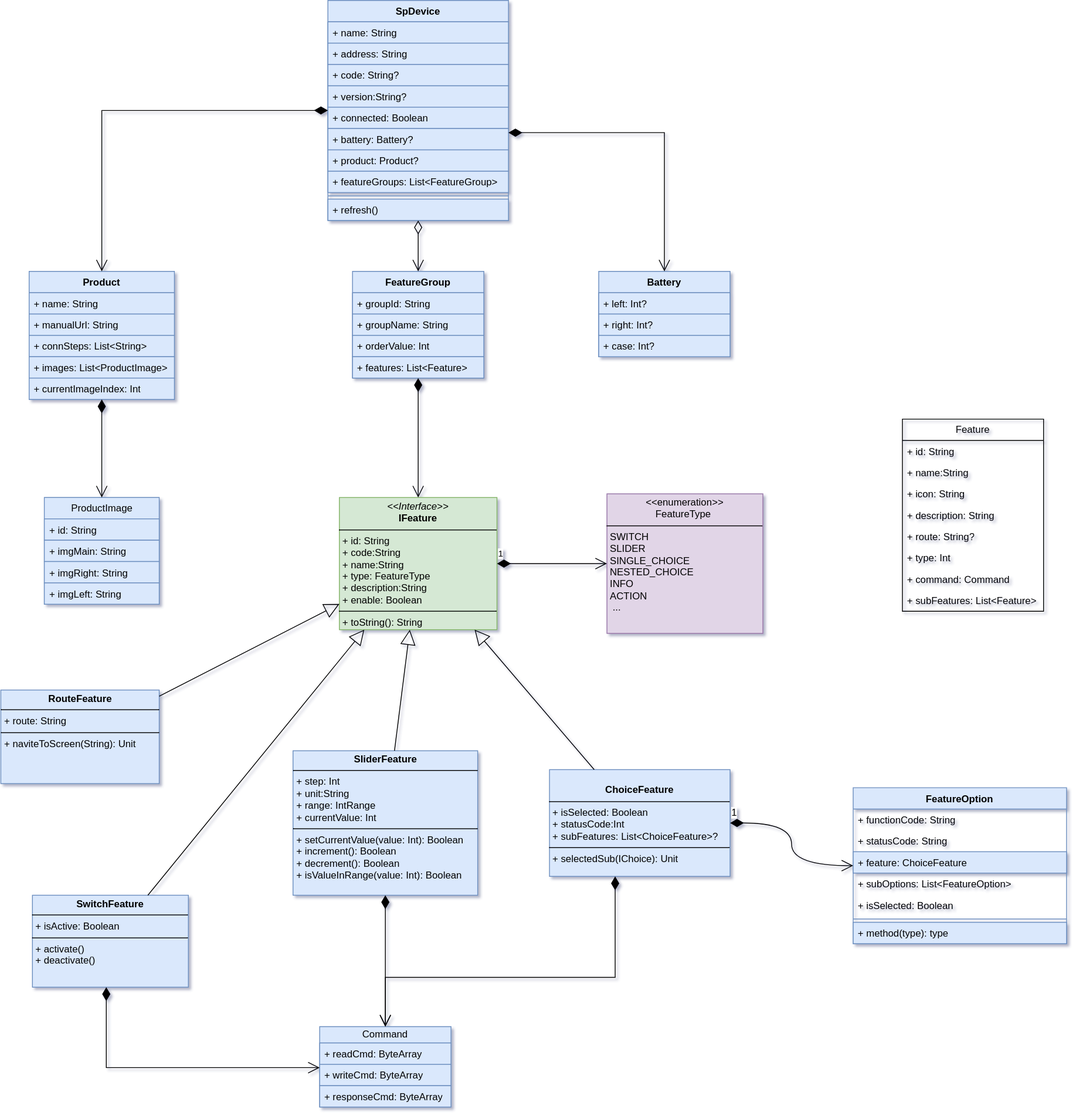
Earlier version of the draw.io export sp-device.drawio.svg (kekemao00/draw-libs). Source tidied: cells renumbered, new cells last; positions are measured from the earlier drawing's top-left corner, leaving out a move shared by most shapes.
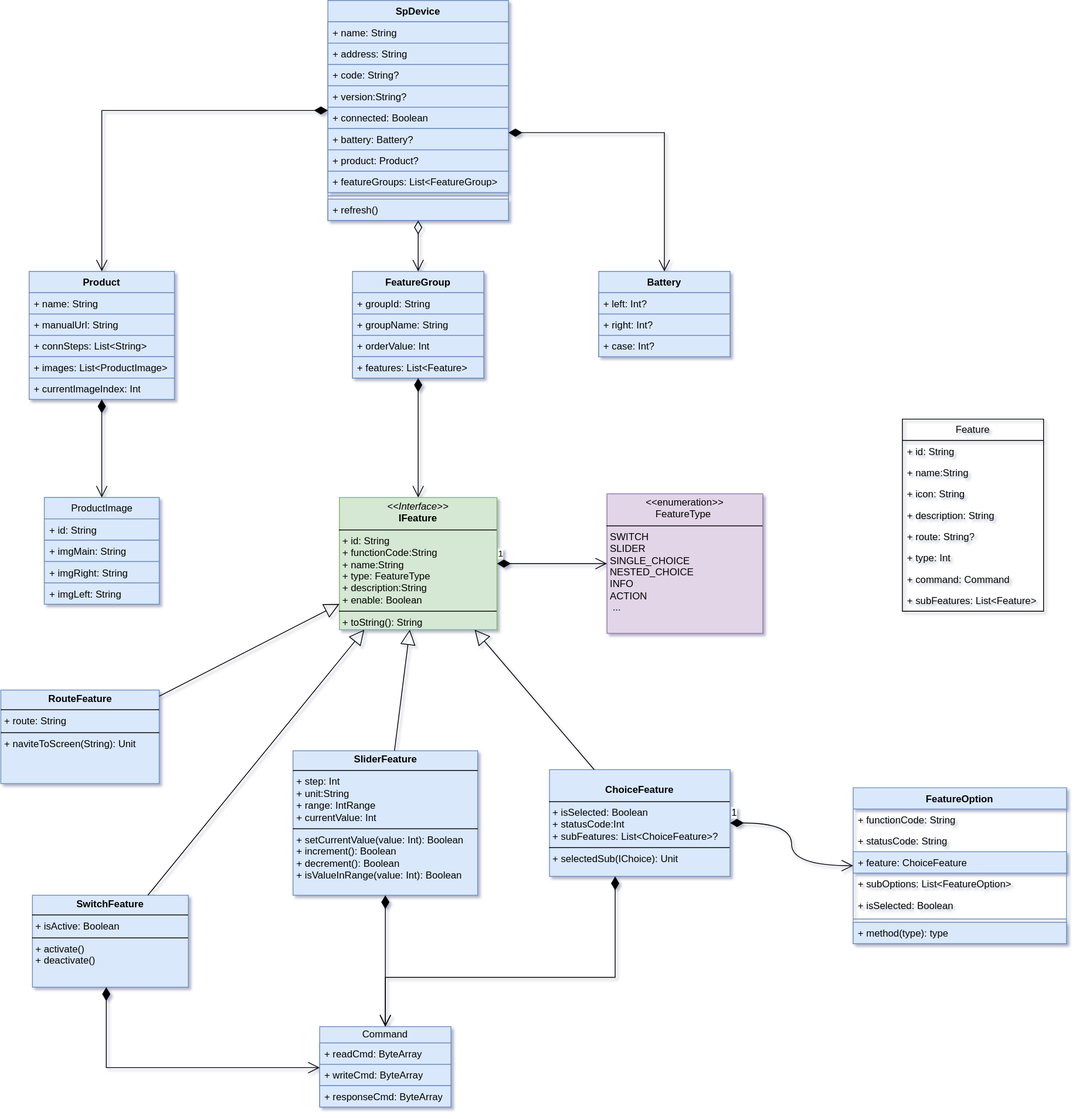
The same file after the commit.

The edit, as a diff of the source:
```diff
@@ -134,7 +134,7 @@
     <mxCell id="45" value="+ responseCmd: ByteArray" style="text;strokeColor=#6c8ebf;fillColor=#dae8fc;align=left;verticalAlign=top;spacingLeft=4;spacingRight=4;overflow=hidden;whiteSpace=wrap;html=1;" parent="42" vertex="1">
       <mxGeometry y="72" width="160" height="26" as="geometry" />
     </mxCell>
-    <mxCell id="46" value="&lt;p style=&quot;margin:0px;margin-top:4px;text-align:center;&quot;&gt;&lt;i&gt;&amp;lt;&amp;lt;Interface&amp;gt;&amp;gt;&lt;/i&gt;&lt;br&gt;&lt;b&gt;IFeature&lt;/b&gt;&lt;/p&gt;&lt;hr size=&quot;1&quot; style=&quot;border-style:solid;&quot;&gt;&lt;p style=&quot;margin:0px;margin-left:4px;&quot;&gt;+ id: String&lt;br&gt;+ code:String&lt;br&gt;+ name:String&lt;br&gt;+ type:&amp;nbsp;&lt;span style=&quot;text-align: center;&quot;&gt;FeatureType&amp;nbsp;&lt;/span&gt;&lt;br&gt;+ description:String&lt;br&gt;+&amp;nbsp;enable: Boolean&lt;/p&gt;&lt;hr size=&quot;1&quot; style=&quot;border-style:solid;&quot;&gt;&lt;p style=&quot;margin:0px;margin-left:4px;&quot;&gt;+ toString(): String&lt;br&gt;&lt;/p&gt;" style="verticalAlign=top;align=left;overflow=fill;html=1;whiteSpace=wrap;fillColor=#d5e8d4;strokeColor=#82b366;" parent="1" vertex="1">
+    <mxCell id="46" value="&lt;p style=&quot;margin:0px;margin-top:4px;text-align:center;&quot;&gt;&lt;i&gt;&amp;lt;&amp;lt;Interface&amp;gt;&amp;gt;&lt;/i&gt;&lt;br&gt;&lt;b&gt;IFeature&lt;/b&gt;&lt;/p&gt;&lt;hr size=&quot;1&quot; style=&quot;border-style:solid;&quot;&gt;&lt;p style=&quot;margin:0px;margin-left:4px;&quot;&gt;+ id: String&lt;br&gt;+ functionCode:String&lt;br&gt;+ name:String&lt;br&gt;+ type:&amp;nbsp;&lt;span style=&quot;text-align: center;&quot;&gt;FeatureType&amp;nbsp;&lt;/span&gt;&lt;br&gt;+ description:String&lt;br&gt;+&amp;nbsp;enable: Boolean&lt;/p&gt;&lt;hr size=&quot;1&quot; style=&quot;border-style:solid;&quot;&gt;&lt;p style=&quot;margin:0px;margin-left:4px;&quot;&gt;+ toString(): String&lt;br&gt;&lt;/p&gt;" style="verticalAlign=top;align=left;overflow=fill;html=1;whiteSpace=wrap;fillColor=#d5e8d4;strokeColor=#82b366;" parent="1" vertex="1">
       <mxGeometry x="412" y="605.5" width="192" height="161" as="geometry" />
     </mxCell>
     <mxCell id="47" value="&lt;p style=&quot;margin:0px;margin-top:4px;text-align:center;&quot;&gt;&lt;b&gt;RouteFeature&lt;/b&gt;&lt;/p&gt;&lt;hr size=&quot;1&quot; style=&quot;border-style:solid;&quot;&gt;&lt;p style=&quot;margin:0px;margin-left:4px;&quot;&gt;+ route: String&lt;/p&gt;&lt;hr size=&quot;1&quot; style=&quot;border-style:solid;&quot;&gt;&lt;p style=&quot;margin:0px;margin-left:4px;&quot;&gt;+ naviteToScreen(String): Unit&lt;br&gt;&lt;/p&gt;" style="verticalAlign=top;align=left;overflow=fill;html=1;whiteSpace=wrap;fillColor=#dae8fc;strokeColor=#6c8ebf;" parent="1" vertex="1">
```
